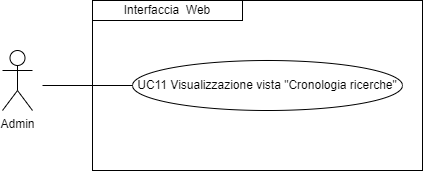
Earlier version of the draw.io export imgs/Uml/UC11.png (ShameIRL/farmacode). Source tidied: cells renumbered, new cells last; positions are measured from the earlier drawing's top-left corner, leaving out a move shared by most shapes.
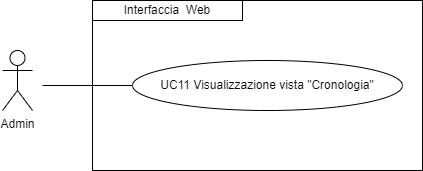
After the commit.

The edit, as a diff of the source:
```diff
@@ -11,7 +11,7 @@
     <mxCell id="4" value="&lt;div style=&quot;&quot;&gt;Interfaccia&amp;nbsp; W&lt;span style=&quot;background-color: initial;&quot;&gt;eb&lt;/span&gt;&lt;/div&gt;" style="rounded=0;whiteSpace=wrap;html=1;fillColor=none;align=center;" parent="1" vertex="1">
       <mxGeometry x="90" width="150" height="20" as="geometry" />
     </mxCell>
-    <mxCell id="5" value="UC11 Visualizzazione vista &quot;Cronologia ricerche&quot;" style="ellipse;whiteSpace=wrap;html=1;" parent="1" vertex="1">
+    <mxCell id="5" value="UC11 Visualizzazione vista &quot;Cronologia&quot;" style="ellipse;whiteSpace=wrap;html=1;" parent="1" vertex="1">
       <mxGeometry x="130" y="60" width="270" height="50" as="geometry" />
     </mxCell>
     <mxCell id="6" style="endArrow=none;html=1;rounded=0;entryX=0;entryY=0.5;entryDx=0;entryDy=0;" parent="1" edge="1" target="5">
```
